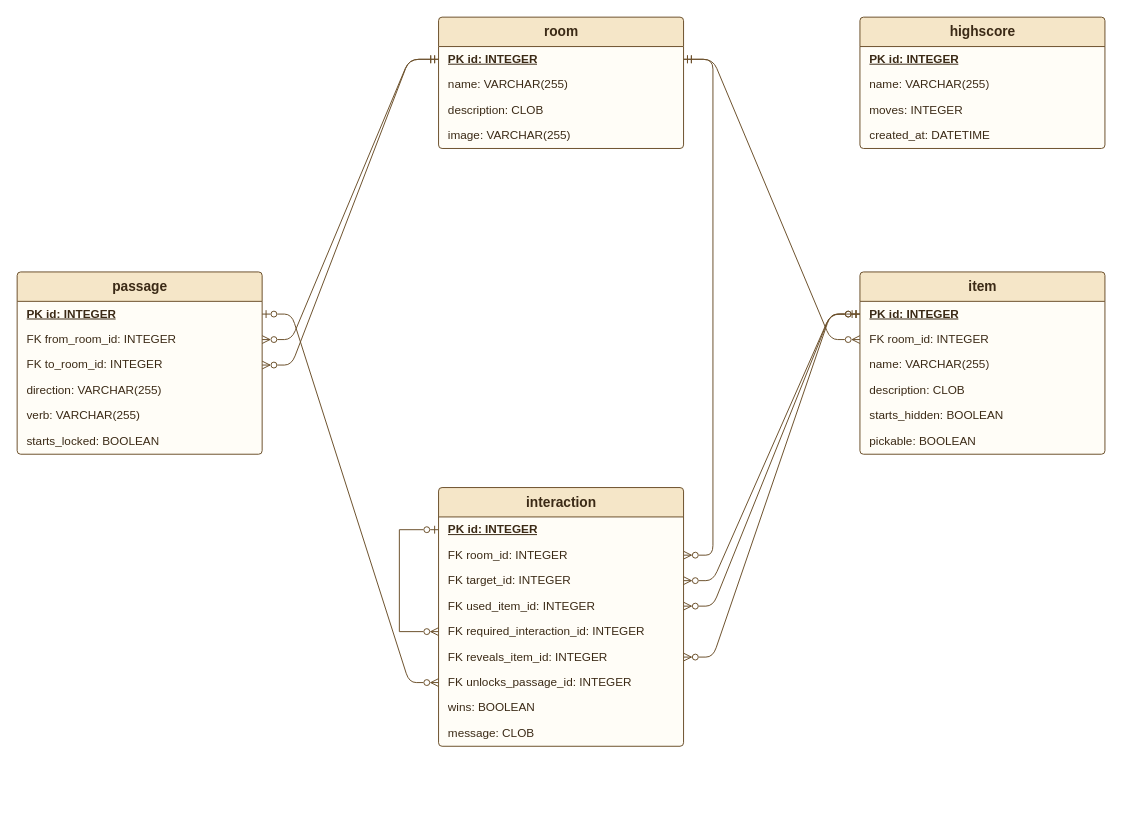
Before: assets/images/proj/er-diagram.drawio in johangu/dbwebb-mvc, a draw.io diagram. Source tidied: cells renumbered, new cells numbered last; positions are measured from the earlier drawing's top-left corner, leaving out a move shared by most shapes. Both pictures are drawn from the tidied source at 98%, with x=0, y=0 at pixel (17, 17).
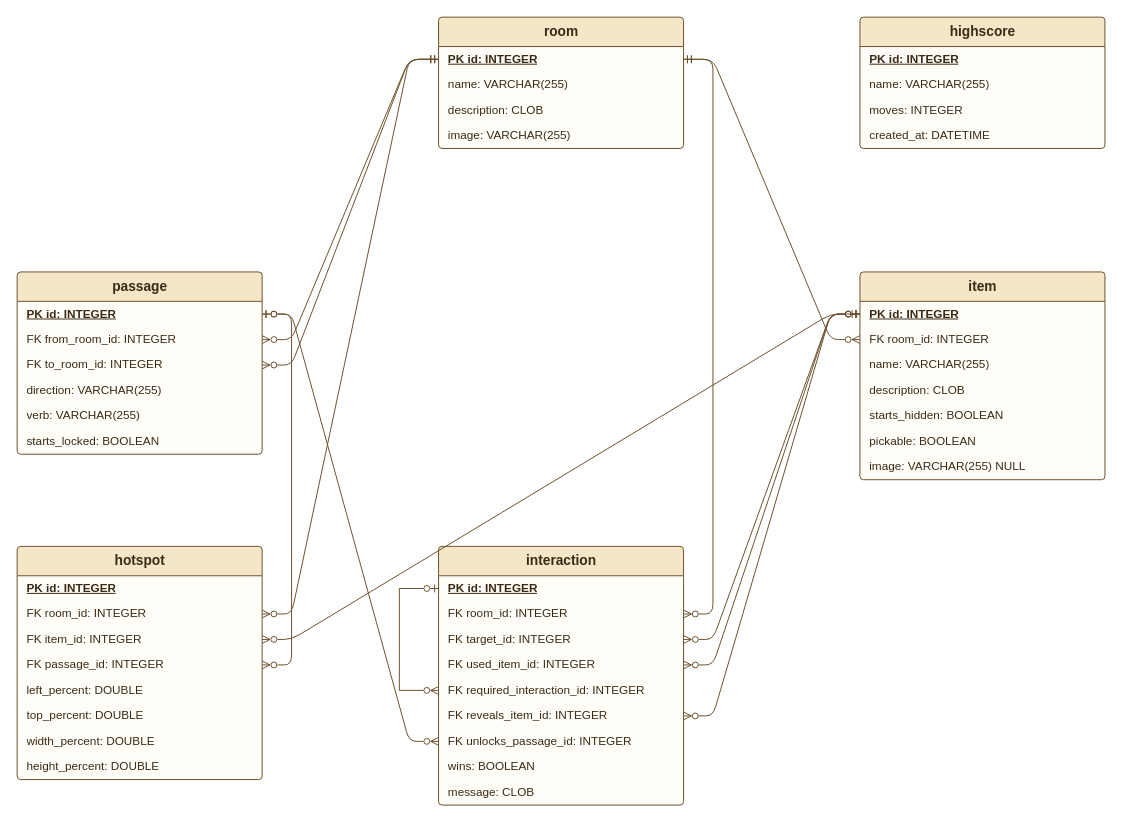
The same page after the edit.

Commit message (it also covers changes not shown here):
docs: add hotspots to ER diagram

The change refers to these unchanged cells:
```xml
<mxCell id="3" value="&lt;b&gt;PK id: INTEGER&lt;/b&gt;" style="text;strokeColor=none;fillColor=none;align=left;verticalAlign=middle;spacingLeft=8;spacingRight=4;overflow=hidden;points=[[0,0.5],[1,0.5]];portConstraint=eastwest;html=1;fontSize=12;fontColor=#3B2A16;fontStyle=4;" parent="2" vertex="1">
  <mxGeometry y="30" width="250" height="26" as="geometry" />
</mxCell>
<mxCell id="13" value="&lt;b&gt;PK id: INTEGER&lt;/b&gt;" style="text;strokeColor=none;fillColor=none;align=left;verticalAlign=middle;spacingLeft=8;spacingRight=4;overflow=hidden;points=[[0,0.5],[1,0.5]];portConstraint=eastwest;html=1;fontSize=12;fontColor=#3B2A16;fontStyle=4;" parent="12" vertex="1">
  <mxGeometry y="30" width="250" height="26" as="geometry" />
</mxCell>
<mxCell id="20" value="&lt;b&gt;PK id: INTEGER&lt;/b&gt;" style="text;strokeColor=none;fillColor=none;align=left;verticalAlign=middle;spacingLeft=8;spacingRight=4;overflow=hidden;points=[[0,0.5],[1,0.5]];portConstraint=eastwest;html=1;fontSize=12;fontColor=#3B2A16;fontStyle=4;" parent="19" vertex="1">
  <mxGeometry y="30" width="250" height="26" as="geometry" />
</mxCell>
<mxCell id="27" value="&lt;b&gt;PK id: INTEGER&lt;/b&gt;" style="text;strokeColor=none;fillColor=none;align=left;verticalAlign=middle;spacingLeft=8;spacingRight=4;overflow=hidden;points=[[0,0.5],[1,0.5]];portConstraint=eastwest;html=1;fontSize=12;fontColor=#3B2A16;fontStyle=4;" parent="26" vertex="1">
  <mxGeometry y="30" width="250" height="26" as="geometry" />
</mxCell>
<mxCell id="31" value="FK required_interaction_id: INTEGER" style="text;strokeColor=none;fillColor=none;align=left;verticalAlign=middle;spacingLeft=8;spacingRight=4;overflow=hidden;points=[[0,0.5],[1,0.5]];portConstraint=eastwest;html=1;fontSize=12;fontColor=#3B2A16;" parent="26" vertex="1">
  <mxGeometry y="134" width="250" height="26" as="geometry" />
</mxCell>
```

What changed in the source:
```diff
@@
     <mxCell id="19" value="item" style="swimlane;fontStyle=1;horizontal=1;startSize=30;html=1;fillColor=#F5E6C8;strokeColor=#6B4F2A;fontColor=#3B2A16;fontSize=14;swimlaneFillColor=#FFFDF7;rounded=1;arcSize=4;" parent="1" vertex="1">
-      <mxGeometry x="860" y="260" width="250" height="186" as="geometry" />
+      <mxGeometry x="860" y="260" width="250" height="212" as="geometry" />
     </mxCell>
@@
+    <mxCell id="45" value="image: VARCHAR(255) NULL" style="text;strokeColor=none;fillColor=none;align=left;verticalAlign=middle;spacingLeft=8;spacingRight=4;overflow=hidden;html=1;fontSize=12;fontColor=#3B2A16;" parent="19" vertex="1">
+      <mxGeometry y="186" width="250" height="26" as="geometry" />
+    </mxCell>
+    <mxCell id="46" value="hotspot" style="swimlane;fontStyle=1;horizontal=1;startSize=30;html=1;fillColor=#F5E6C8;strokeColor=#6B4F2A;fontColor=#3B2A16;fontSize=14;swimlaneFillColor=#FFFDF7;rounded=1;arcSize=4;" parent="1" vertex="1">
+      <mxGeometry y="540" width="250" height="238" as="geometry" />
+    </mxCell>
+    <mxCell id="47" value="&lt;b&gt;PK id: INTEGER&lt;/b&gt;" style="text;strokeColor=none;fillColor=none;align=left;verticalAlign=middle;spacingLeft=8;spacingRight=4;overflow=hidden;html=1;fontSize=12;fontColor=#3B2A16;fontStyle=4;" parent="46" vertex="1">
+      <mxGeometry y="30" width="250" height="26" as="geometry" />
+    </mxCell>
+    <mxCell id="48" value="FK room_id: INTEGER" style="text;strokeColor=none;fillColor=none;align=left;verticalAlign=middle;spacingLeft=8;spacingRight=4;overflow=hidden;points=[[0,0.5],[1,0.5]];portConstraint=eastwest;html=1;fontSize=12;fontColor=#3B2A16;" parent="46" vertex="1">
+      <mxGeometry y="56" width="250" height="26" as="geometry" />
+    </mxCell>
+    <mxCell id="49" value="FK item_id: INTEGER" style="text;strokeColor=none;fillColor=none;align=left;verticalAlign=middle;spacingLeft=8;spacingRight=4;overflow=hidden;points=[[0,0.5],[1,0.5]];portConstraint=eastwest;html=1;fontSize=12;fontColor=#3B2A16;" parent="46" vertex="1">
+      <mxGeometry y="82" width="250" height="26" as="geometry" />
+    </mxCell>
+    <mxCell id="50" value="FK passage_id: INTEGER" style="text;strokeColor=none;fillColor=none;align=left;verticalAlign=middle;spacingLeft=8;spacingRight=4;overflow=hidden;points=[[0,0.5],[1,0.5]];portConstraint=eastwest;html=1;fontSize=12;fontColor=#3B2A16;" parent="46" vertex="1">
+      <mxGeometry y="108" width="250" height="26" as="geometry" />
+    </mxCell>
+    <mxCell id="51" value="left_percent: DOUBLE" style="text;strokeColor=none;fillColor=none;align=left;verticalAlign=middle;spacingLeft=8;spacingRight=4;overflow=hidden;html=1;fontSize=12;fontColor=#3B2A16;" parent="46" vertex="1">
+      <mxGeometry y="134" width="250" height="26" as="geometry" />
+    </mxCell>
+    <mxCell id="52" value="top_percent: DOUBLE" style="text;strokeColor=none;fillColor=none;align=left;verticalAlign=middle;spacingLeft=8;spacingRight=4;overflow=hidden;html=1;fontSize=12;fontColor=#3B2A16;" parent="46" vertex="1">
+      <mxGeometry y="160" width="250" height="26" as="geometry" />
+    </mxCell>
+    <mxCell id="53" value="width_percent: DOUBLE" style="text;strokeColor=none;fillColor=none;align=left;verticalAlign=middle;spacingLeft=8;spacingRight=4;overflow=hidden;html=1;fontSize=12;fontColor=#3B2A16;" parent="46" vertex="1">
+      <mxGeometry y="186" width="250" height="26" as="geometry" />
+    </mxCell>
+    <mxCell id="54" value="height_percent: DOUBLE" style="text;strokeColor=none;fillColor=none;align=left;verticalAlign=middle;spacingLeft=8;spacingRight=4;overflow=hidden;html=1;fontSize=12;fontColor=#3B2A16;" parent="46" vertex="1">
+      <mxGeometry y="212" width="250" height="26" as="geometry" />
+    </mxCell>
     <mxCell id="26" value="interaction" style="swimlane;fontStyle=1;horizontal=1;startSize=30;html=1;fillColor=#F5E6C8;strokeColor=#6B4F2A;fontColor=#3B2A16;fontSize=14;swimlaneFillColor=#FFFDF7;rounded=1;arcSize=4;" parent="1" vertex="1">
-      <mxGeometry x="430" y="480" width="250" height="264" as="geometry" />
+      <mxGeometry x="430" y="540" width="250" height="264" as="geometry" />
     </mxCell>
@@
+    <mxCell id="55" style="edgeStyle=entityRelationEdgeStyle;html=1;fontSize=11;strokeColor=#6B4F2A;fontColor=#6B4F2A;startArrow=ERzeroToMany;startFill=0;endFill=0;endArrow=ERmandOne;" parent="1" edge="1" source="48" target="3">
+      <mxGeometry relative="1" as="geometry" />
+    </mxCell>
+    <mxCell id="56" style="edgeStyle=entityRelationEdgeStyle;html=1;fontSize=11;strokeColor=#6B4F2A;fontColor=#6B4F2A;startArrow=ERzeroToMany;startFill=0;endFill=0;endArrow=ERzeroToOne;" parent="1" edge="1" source="49" target="20">
+      <mxGeometry relative="1" as="geometry" />
+    </mxCell>
+    <mxCell id="57" style="edgeStyle=entityRelationEdgeStyle;html=1;fontSize=11;strokeColor=#6B4F2A;fontColor=#6B4F2A;startArrow=ERzeroToMany;startFill=0;endFill=0;endArrow=ERzeroToOne;" parent="1" edge="1" source="50" target="13">
+      <mxGeometry relative="1" as="geometry" />
+    </mxCell>
     <mxCell id="44" style="edgeStyle=orthogonalEdgeStyle;html=1;rounded=0;strokeColor=#6B4F2A;startArrow=ERzeroToMany;startFill=0;endArrow=ERzeroToOne;endFill=0;exitX=0;exitY=0.5;exitDx=0;exitDy=0;entryX=0;entryY=0.5;entryDx=0;entryDy=0;" parent="1" edge="1" source="31" target="27">
       <mxGeometry relative="1" as="geometry">
         <Array as="points">
-          <mxPoint x="390" y="627" />
-          <mxPoint x="390" y="523" />
+          <mxPoint x="390" y="687" />
+          <mxPoint x="390" y="583" />
         </Array>
       </mxGeometry>
     </mxCell>
```
